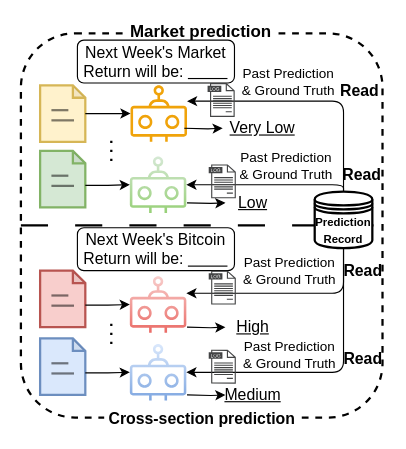
This is diagrams/record.drawio from lyc0603/multi-agent, a draw.io file, before an edit. Source tidied: cells renumbered, new cells numbered last; positions are measured from the earlier drawing's top-left corner, leaving out a move shared by most shapes. Both pictures are drawn from the tidied source at 113%, with x=0, y=0 at pixel (20, 19).
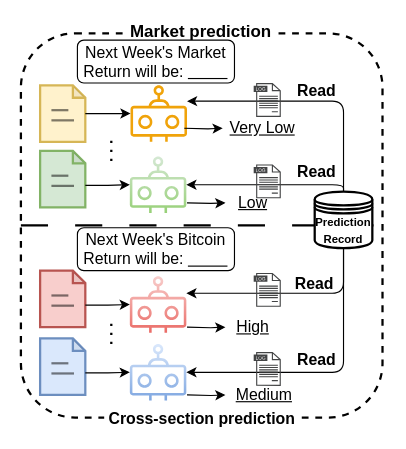
The same diagram, later.

Diff of the diagram source:
```diff
@@
     <mxCell id="43" style="sketch=0;shadow=0;dashed=0;html=1;strokeColor=none;fillColor=#434445;labelPosition=center;verticalLabelPosition=bottom;verticalAlign=top;align=center;shape=mxgraph.vvd.log_files;" parent="1" vertex="1">
-      <mxGeometry x="165.2" y="56" width="24" height="30" as="geometry" />
+      <mxGeometry x="206" y="56" width="24" height="30" as="geometry" />
     </mxCell>
     <mxCell id="44" style="sketch=0;shadow=0;dashed=0;html=1;strokeColor=none;fillColor=#434445;labelPosition=center;verticalLabelPosition=bottom;verticalAlign=top;align=center;shape=mxgraph.vvd.log_files;" parent="1" vertex="1">
-      <mxGeometry x="166.2" y="128" width="24" height="30" as="geometry" />
+      <mxGeometry x="206" y="128" width="24" height="30" as="geometry" />
     </mxCell>
-    <mxCell id="45" style="sketch=0;shadow=0;dashed=0;html=1;strokeColor=none;fillColor=#434445;labelPosition=center;verticalLabelPosition=bottom;verticalAlign=top;align=center;shape=mxgraph.vvd.log_files;" parent="1" vertex="1">
-      <mxGeometry x="166.2" y="222" width="24" height="30" as="geometry" />
-    </mxCell>
     <mxCell id="46" style="sketch=0;shadow=0;dashed=0;html=1;strokeColor=none;fillColor=#434445;labelPosition=center;verticalLabelPosition=bottom;verticalAlign=top;align=center;shape=mxgraph.vvd.log_files;" parent="1" vertex="1">
-      <mxGeometry x="166.2" y="292" width="24" height="30" as="geometry" />
+      <mxGeometry x="206" y="294" width="24" height="30" as="geometry" />
     </mxCell>
     <mxCell id="47" value="&lt;font style=&quot;font-size: 14px;&quot;&gt;&lt;b&gt;Read&lt;/b&gt;&lt;/font&gt;" style="text;html=1;strokeColor=none;fillColor=none;align=center;verticalAlign=middle;whiteSpace=wrap;rounded=0;" parent="1" vertex="1">
-      <mxGeometry x="280" y="56" width="40" height="14" as="geometry" />
+      <mxGeometry x="242" y="56" width="40" height="14" as="geometry" />
     </mxCell>
     <mxCell id="48" value="&lt;font style=&quot;font-size: 14px;&quot;&gt;&lt;b&gt;Read&lt;/b&gt;&lt;/font&gt;" style="text;html=1;strokeColor=none;fillColor=none;align=center;verticalAlign=middle;whiteSpace=wrap;rounded=0;" parent="1" vertex="1">
-      <mxGeometry x="282" y="130" width="40" height="14" as="geometry" />
+      <mxGeometry x="242" y="128" width="40" height="14" as="geometry" />
     </mxCell>
     <mxCell id="49" value="&lt;font style=&quot;font-size: 14px;&quot;&gt;&lt;b&gt;Read&lt;/b&gt;&lt;/font&gt;" style="text;html=1;strokeColor=none;fillColor=none;align=center;verticalAlign=middle;whiteSpace=wrap;rounded=0;" parent="1" vertex="1">
-      <mxGeometry x="283.2" y="215" width="40" height="14" as="geometry" />
+      <mxGeometry x="240" y="227" width="40" height="14" as="geometry" />
     </mxCell>
     <mxCell id="50" value="&lt;font style=&quot;font-size: 14px;&quot;&gt;&lt;b&gt;Read&lt;/b&gt;&lt;/font&gt;" style="text;html=1;strokeColor=none;fillColor=none;align=center;verticalAlign=middle;whiteSpace=wrap;rounded=0;" parent="1" vertex="1">
-      <mxGeometry x="283.2" y="293" width="40" height="14" as="geometry" />
+      <mxGeometry x="242" y="294" width="40" height="14" as="geometry" />
     </mxCell>
-    <mxCell id="51" value="Past Prediction&lt;br style=&quot;font-size: 12px;&quot;&gt;&amp;amp; Ground Truth" style="text;html=1;strokeColor=none;fillColor=none;align=center;verticalAlign=middle;whiteSpace=wrap;rounded=0;fontSize=12;" parent="1" vertex="1">
-      <mxGeometry x="192.3" y="40" width="90" height="30" as="geometry" />
-    </mxCell>
@@
-    <mxCell id="54" value="Past Prediction&lt;br style=&quot;font-size: 12px;&quot;&gt;&amp;amp; Ground Truth" style="text;html=1;strokeColor=none;fillColor=none;align=center;verticalAlign=middle;whiteSpace=wrap;rounded=0;fontSize=12;" parent="1" vertex="1">
-      <mxGeometry x="190.3" y="114" width="90" height="30" as="geometry" />
-    </mxCell>
@@
-    <mxCell id="57" value="Past Prediction&lt;br style=&quot;font-size: 12px;&quot;&gt;&amp;amp; Ground Truth" style="text;html=1;strokeColor=none;fillColor=none;align=center;verticalAlign=middle;whiteSpace=wrap;rounded=0;fontSize=12;" parent="1" vertex="1">
-      <mxGeometry x="193.3" y="207" width="90" height="30" as="geometry" />
-    </mxCell>
@@
-    <mxCell id="60" value="Past Prediction&lt;br style=&quot;font-size: 12px;&quot;&gt;&amp;amp; Ground Truth" style="text;html=1;strokeColor=none;fillColor=none;align=center;verticalAlign=middle;whiteSpace=wrap;rounded=0;fontSize=12;" parent="1" vertex="1">
-      <mxGeometry x="193.3" y="282" width="90" height="30" as="geometry" />
-    </mxCell>
@@
     <mxCell id="62" value="Medium" style="text;html=1;strokeColor=none;fillColor=none;align=center;verticalAlign=middle;whiteSpace=wrap;rounded=0;fontSize=14;fontStyle=4;" parent="1" vertex="1">
-      <mxGeometry x="181" y="322" width="49" height="20" as="geometry" />
+      <mxGeometry x="181" y="322" width="69" height="20" as="geometry" />
     </mxCell>
+    <mxCell id="45" style="sketch=0;shadow=0;dashed=0;html=1;strokeColor=none;fillColor=#434445;labelPosition=center;verticalLabelPosition=bottom;verticalAlign=top;align=center;shape=mxgraph.vvd.log_files;" parent="1" vertex="1">
+      <mxGeometry x="206" y="224" width="24" height="30" as="geometry" />
+    </mxCell>
```
